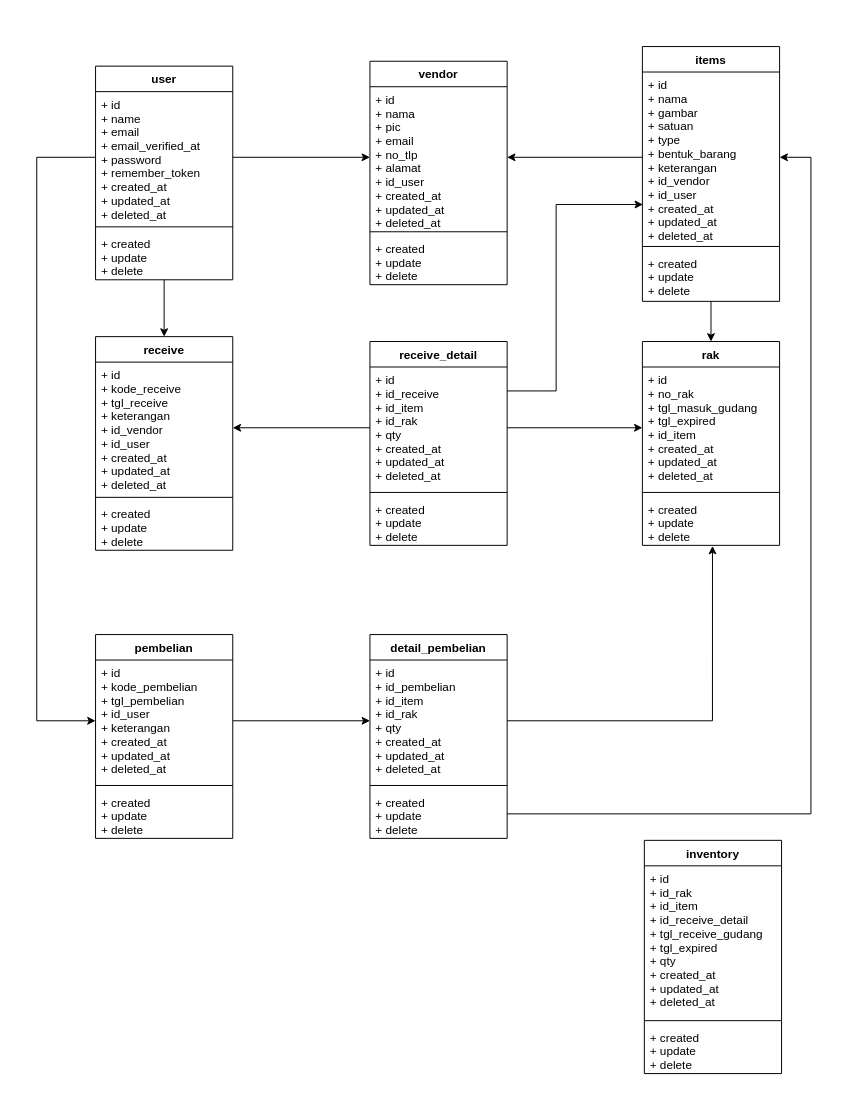
The draw.io diagram public/DOKUMENTASI/Class diagram.drawio in ArsalanThufailWisandi/erp-warehouse, before the edit. Source tidied: cells renumbered, new cells numbered last; positions are measured from the earlier drawing's top-left corner, leaving out a move shared by most shapes. Both pictures are drawn from the tidied source at 98%, with x=0, y=0 at pixel (17, 17).
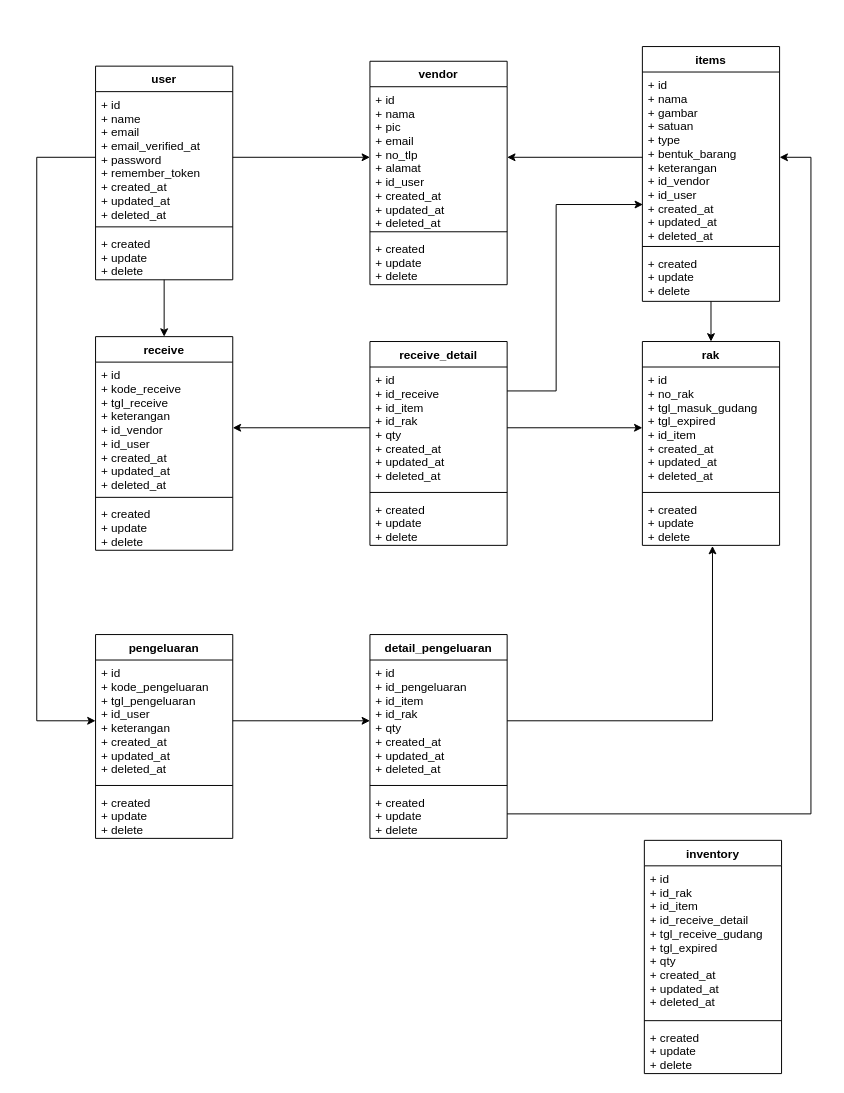
The same page after the edit.

Change to the diagram source:
```diff
@@
-    <mxCell id="22" value="pembelian" style="swimlane;fontStyle=1;align=center;verticalAlign=top;horizontal=1;startSize=26;" parent="1" vertex="1">
+    <mxCell id="22" value="pengeluaran" style="swimlane;fontStyle=1;align=center;verticalAlign=top;horizontal=1;startSize=26;" parent="1" vertex="1">
       <mxGeometry x="80" y="630" width="140" height="208" as="geometry" />
     </mxCell>
-    <mxCell id="23" value="+ id&#10;+ kode_pembelian&#10;+ tgl_pembelian&#10;+ id_user&#10;+ keterangan&#10;+ created_at&#10;+ updated_at&#10;+ deleted_at" style="text;strokeColor=none;fillColor=none;align=left;verticalAlign=top;spacingLeft=4;spacingRight=4;overflow=hidden;points=[[0,0.5],[1,0.5]];portConstraint=eastwest;" parent="22" vertex="1">
+    <mxCell id="23" value="+ id&#10;+ kode_pengeluaran&#10;+ tgl_pengeluaran&#10;+ id_user&#10;+ keterangan&#10;+ created_at&#10;+ updated_at&#10;+ deleted_at" style="text;strokeColor=none;fillColor=none;align=left;verticalAlign=top;spacingLeft=4;spacingRight=4;overflow=hidden;points=[[0,0.5],[1,0.5]];portConstraint=eastwest;" parent="22" vertex="1">
       <mxGeometry y="26" width="140" height="124" as="geometry" />
     </mxCell>
@@
-    <mxCell id="34" value="detail_pembelian" style="swimlane;fontStyle=1;align=center;verticalAlign=top;horizontal=1;startSize=26;" parent="1" vertex="1">
+    <mxCell id="34" value="detail_pengeluaran" style="swimlane;fontStyle=1;align=center;verticalAlign=top;horizontal=1;startSize=26;" parent="1" vertex="1">
       <mxGeometry x="360" y="630" width="140" height="208" as="geometry" />
     </mxCell>
-    <mxCell id="35" value="+ id&#10;+ id_pembelian&#10;+ id_item&#10;+ id_rak&#10;+ qty&#10;+ created_at&#10;+ updated_at&#10;+ deleted_at" style="text;strokeColor=none;fillColor=none;align=left;verticalAlign=top;spacingLeft=4;spacingRight=4;overflow=hidden;points=[[0,0.5],[1,0.5]];portConstraint=eastwest;" parent="34" vertex="1">
+    <mxCell id="35" value="+ id&#10;+ id_pengeluaran&#10;+ id_item&#10;+ id_rak&#10;+ qty&#10;+ created_at&#10;+ updated_at&#10;+ deleted_at" style="text;strokeColor=none;fillColor=none;align=left;verticalAlign=top;spacingLeft=4;spacingRight=4;overflow=hidden;points=[[0,0.5],[1,0.5]];portConstraint=eastwest;" parent="34" vertex="1">
       <mxGeometry y="26" width="140" height="124" as="geometry" />
     </mxCell>
```
